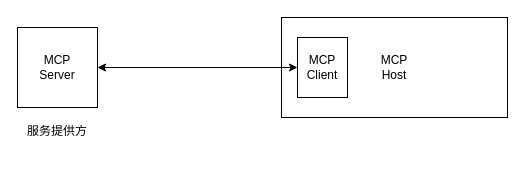
This is LLM/MCP架构.drawio from jayouths/drawio_Repository, a draw.io file, before an edit. Source tidied: cells renumbered, new cells numbered last; positions are measured from the earlier drawing's top-left corner, leaving out a move shared by most shapes. Both pictures are drawn from the tidied source at 100%, with x=0, y=0 at pixel (17, 17).
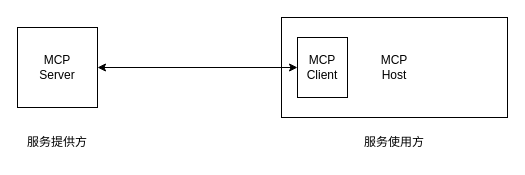
The same page after the edit.

What changed in the source:
```diff
@@
-<mxGraphModel>
+<mxGraphModel background="#ffffff">
   <root>
     <mxCell id="0" />
     <mxCell id="1" parent="0" />
     <mxCell id="2" value="MCP&lt;div&gt;Server&lt;/div&gt;" style="rounded=0;whiteSpace=wrap;html=1;" parent="1" vertex="1">
       <mxGeometry y="10" width="80" height="80" as="geometry" />
     </mxCell>
     <mxCell id="3" value="MCP&lt;div&gt;Host&lt;/div&gt;" style="rounded=0;whiteSpace=wrap;html=1;" parent="1" vertex="1">
       <mxGeometry x="264" width="226" height="100" as="geometry" />
     </mxCell>
     <mxCell id="4" value="MCP Client" style="rounded=0;whiteSpace=wrap;html=1;" parent="1" vertex="1">
       <mxGeometry x="280" y="20" width="50" height="60" as="geometry" />
     </mxCell>
     <mxCell id="5" style="endArrow=classic;startArrow=classic;html=1;rounded=0;exitX=1;exitY=0.5;exitDx=0;exitDy=0;entryX=0;entryY=0.5;entryDx=0;entryDy=0;" parent="1" edge="1" source="2" target="4">
       <mxGeometry relative="1" as="geometry" />
     </mxCell>
     <mxCell id="6" value="服务提供方" style="text;html=1;whiteSpace=wrap;strokeColor=none;fillColor=none;align=center;verticalAlign=middle;rounded=0;" parent="1" vertex="1">
-      <mxGeometry x="5" y="99" width="70" height="30" as="geometry" />
+      <mxGeometry x="5" y="110" width="70" height="30" as="geometry" />
     </mxCell>
+    <mxCell id="7" value="服务使用方" style="text;html=1;whiteSpace=wrap;strokeColor=none;fillColor=none;align=center;verticalAlign=middle;rounded=0;" parent="1" vertex="1">
+      <mxGeometry x="342" y="110" width="70" height="30" as="geometry" />
+    </mxCell>
   </root>
 </mxGraphModel>
```
